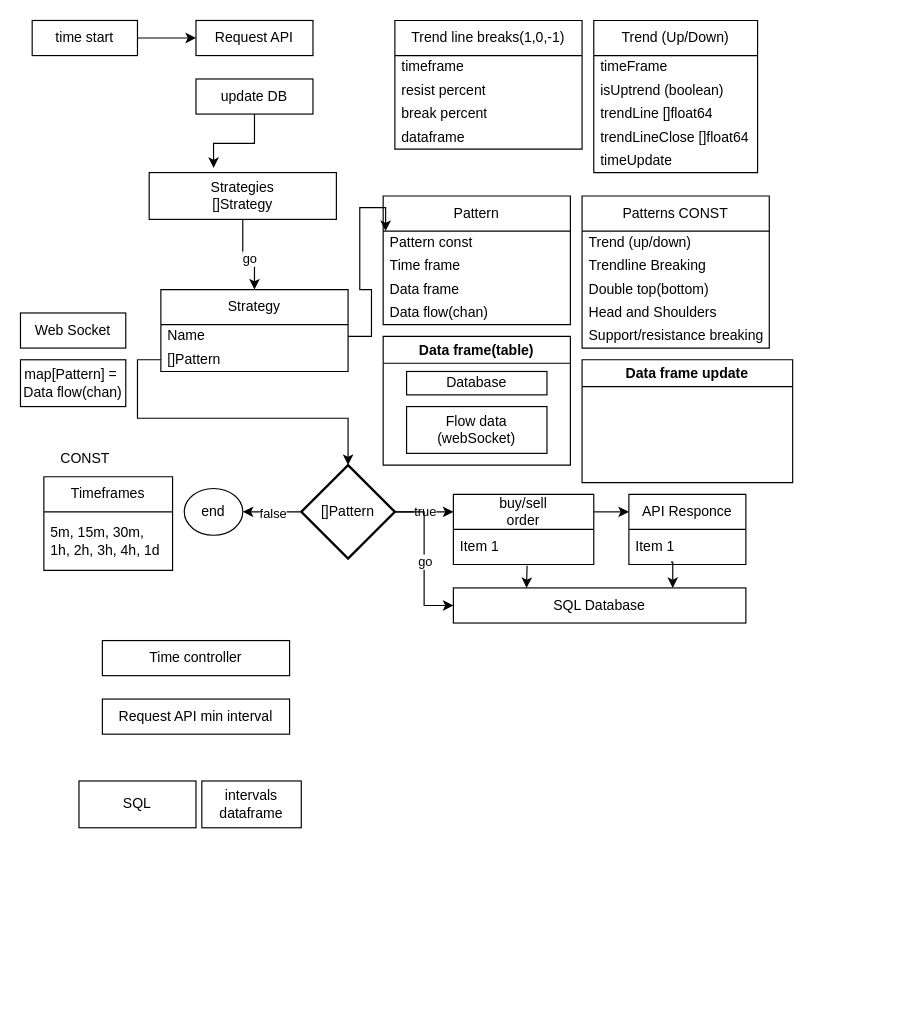
Hardmun/trading keeps this draw.io diagram as page "main" (1 of 2) of docs/algoTrade.drawio. Above is the earlier version. Source tidied: cells renumbered, new cells numbered last; positions are measured from the earlier drawing's top-left corner, leaving out a move shared by most shapes. Both pictures are drawn from the tidied source at 117%, with x=0, y=0 at pixel (20, 20).
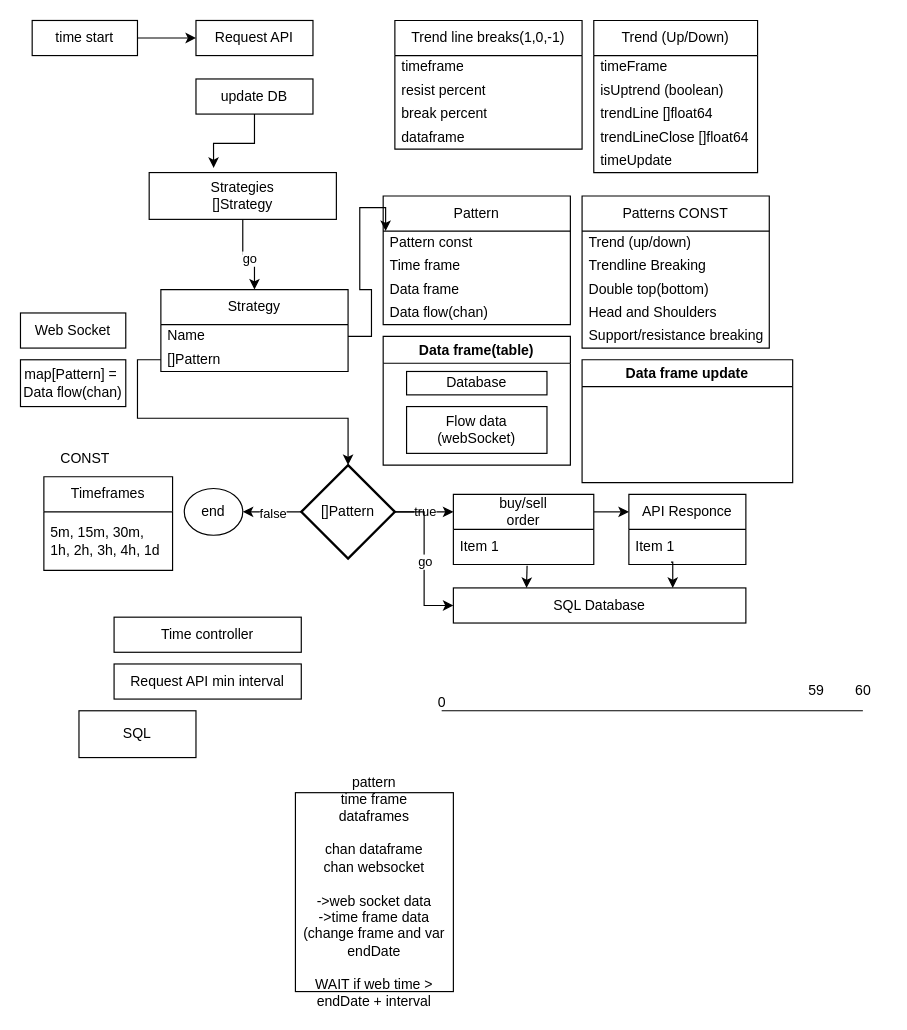
After the change.

The edit, as a diff of the source:
```diff
@@
     <mxCell id="61" value="Time controller" style="rounded=0;whiteSpace=wrap;html=1;" parent="1" vertex="1">
-      <mxGeometry x="70" y="530" width="160" height="30" as="geometry" />
+      <mxGeometry x="80" y="510" width="160" height="30" as="geometry" />
     </mxCell>
     <mxCell id="62" value="Request API min interval" style="rounded=0;whiteSpace=wrap;html=1;" parent="1" vertex="1">
-      <mxGeometry x="70" y="580" width="160" height="30" as="geometry" />
+      <mxGeometry x="80" y="550" width="160" height="30" as="geometry" />
     </mxCell>
@@
-    <mxCell id="64" value="intervals&lt;div&gt;dataframe&lt;/div&gt;" style="rounded=0;whiteSpace=wrap;html=1;" parent="1" vertex="1">
-      <mxGeometry x="155" y="650" width="85" height="40" as="geometry" />
+    <mxCell id="64" value="pattern&lt;br&gt;time frame&lt;br&gt;&lt;div&gt;dataframes&lt;br&gt;&lt;br&gt;chan dataframe&lt;br&gt;chan websocket&lt;br&gt;&lt;br&gt;-&amp;gt;web socket data&lt;br&gt;-&amp;gt;time frame data (change frame and var endDate&lt;br&gt;&lt;br&gt;WAIT if web time &amp;gt; endDate + interval&lt;/div&gt;" style="rounded=0;whiteSpace=wrap;html=1;" parent="1" vertex="1">
+      <mxGeometry x="235" y="660" width="135" height="170" as="geometry" />
     </mxCell>
     <mxCell id="65" value="SQL" style="rounded=0;whiteSpace=wrap;html=1;" parent="1" vertex="1">
-      <mxGeometry x="50" y="650" width="100" height="40" as="geometry" />
+      <mxGeometry x="50" y="590" width="100" height="40" as="geometry" />
     </mxCell>
+    <mxCell id="66" style="endArrow=none;html=1;rounded=0;" parent="1" edge="1">
+      <mxGeometry relative="1" as="geometry">
+        <mxPoint x="360" y="590" as="sourcePoint" />
+        <mxPoint x="720" y="590" as="targetPoint" />
+      </mxGeometry>
+    </mxCell>
+    <mxCell id="67" value="0" style="text;html=1;align=center;verticalAlign=middle;strokeColor=none;fillColor=none;" parent="1" vertex="1">
+      <mxGeometry x="345" y="568" width="30" height="30" as="geometry" />
+    </mxCell>
+    <mxCell id="68" value="60" style="text;html=1;align=center;verticalAlign=middle;strokeColor=none;fillColor=none;" parent="1" vertex="1">
+      <mxGeometry x="700" y="558" width="40" height="30" as="geometry" />
+    </mxCell>
+    <mxCell id="69" value="59" style="text;html=1;align=center;verticalAlign=middle;strokeColor=none;fillColor=none;" parent="1" vertex="1">
+      <mxGeometry x="660" y="558" width="40" height="30" as="geometry" />
+    </mxCell>
```
